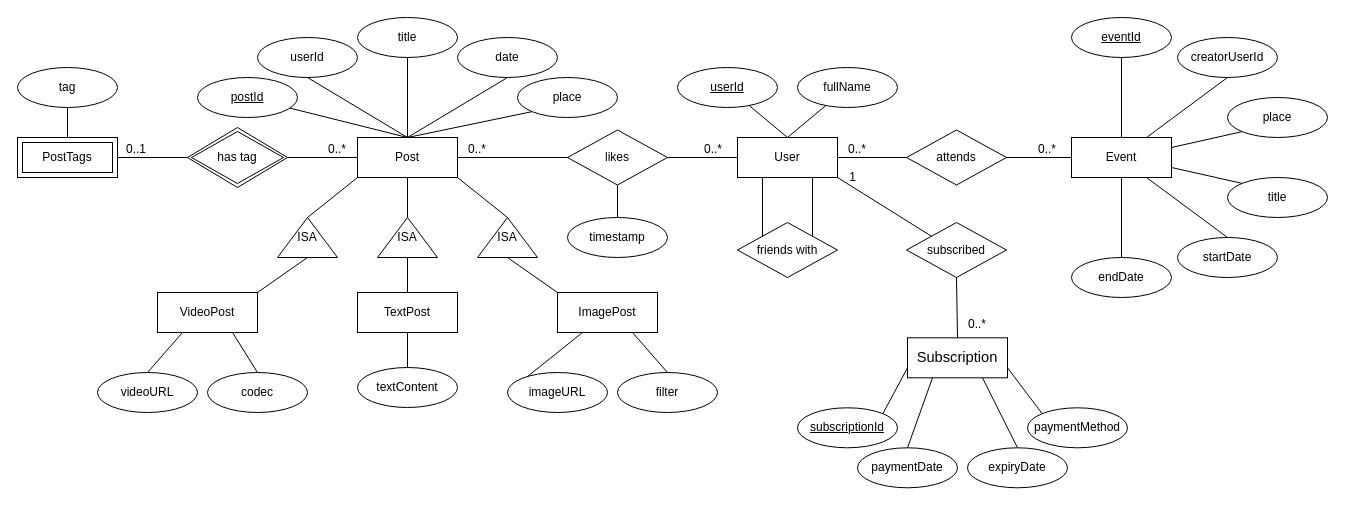
Alvinn8/DD1368 keeps this draw.io diagram as DD1368 Homework 1 ER.drawio. Above is the earlier version. Source tidied: cells renumbered, new cells numbered last; positions are measured from the earlier drawing's top-left corner, leaving out a move shared by most shapes. Both pictures are drawn from the tidied source at 100%, with x=0, y=0 at pixel (17, 17).
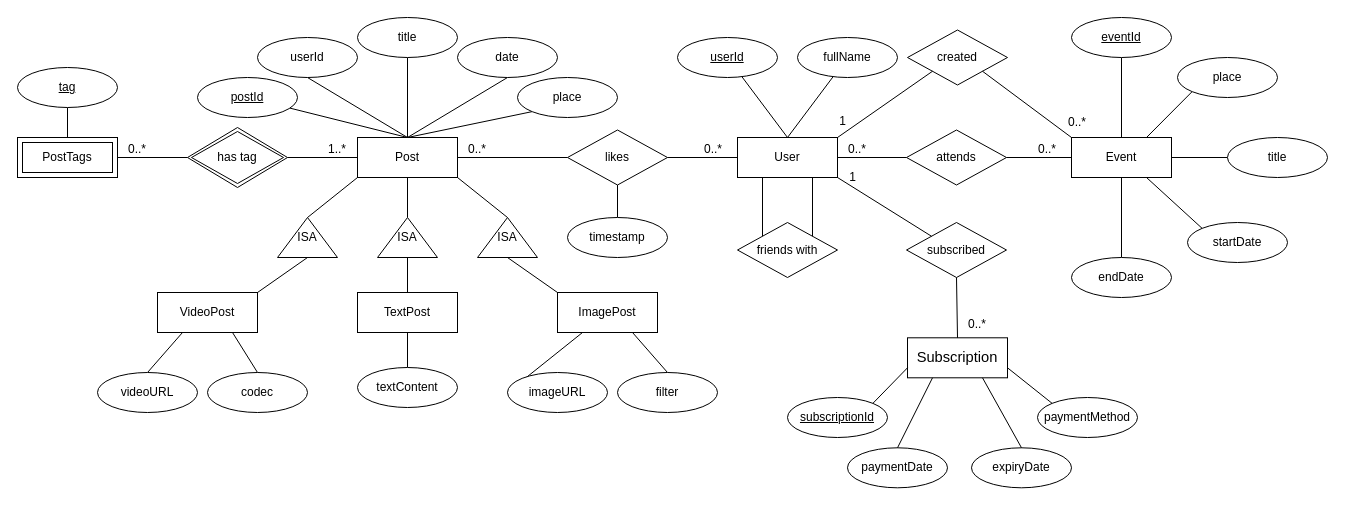
After the change.

Unchanged cells that the change refers to:
```xml
<mxCell id="4" value="User" style="whiteSpace=wrap;html=1;align=center;" parent="1" vertex="1">
  <mxGeometry x="720" y="120" width="100" height="40" as="geometry" />
</mxCell>
<mxCell id="51" value="Event" style="whiteSpace=wrap;html=1;align=center;" parent="1" vertex="1">
  <mxGeometry x="1054" y="120" width="100" height="40" as="geometry" />
</mxCell>
<mxCell id="86" style="endArrow=none;html=1;rounded=0;entryX=1;entryY=0.5;entryDx=0;entryDy=0;exitX=0;exitY=0.5;exitDx=0;exitDy=0;" parent="1" edge="1" source="47" target="48">
  <mxGeometry relative="1" as="geometry" />
</mxCell>
<mxCell id="88" style="endArrow=none;html=1;rounded=0;entryX=1;entryY=0.5;entryDx=0;entryDy=0;exitX=0;exitY=0.5;exitDx=0;exitDy=0;" parent="1" edge="1" source="2" target="47">
  <mxGeometry relative="1" as="geometry" />
</mxCell>
```

Change to the diagram source:
```diff
@@
     <mxCell id="44" value="userId" style="ellipse;whiteSpace=wrap;html=1;align=center;fontStyle=4;" parent="1" vertex="1">
-      <mxGeometry x="660" y="50" width="100" height="40" as="geometry" />
+      <mxGeometry x="660" y="20" width="100" height="40" as="geometry" />
     </mxCell>
@@
     <mxCell id="46" value="fullName" style="ellipse;whiteSpace=wrap;html=1;align=center;fontStyle=0;" parent="1" vertex="1">
-      <mxGeometry x="780" y="50" width="100" height="40" as="geometry" />
+      <mxGeometry x="780" y="20" width="100" height="40" as="geometry" />
     </mxCell>
@@
-    <mxCell id="50" value="tag" style="ellipse;whiteSpace=wrap;html=1;align=center;fontStyle=0;" parent="1" vertex="1">
+    <mxCell id="50" value="tag" style="ellipse;whiteSpace=wrap;html=1;align=center;fontStyle=4;" parent="1" vertex="1">
       <mxGeometry y="50" width="100" height="40" as="geometry" />
     </mxCell>
@@
-    <mxCell id="54" style="rounded=0;jettySize=auto;html=1;exitX=0.5;exitY=1;exitDx=0;exitDy=0;strokeColor=default;endArrow=none;endFill=0;entryX=0.75;entryY=0;entryDx=0;entryDy=0;" parent="1" edge="1" source="55" target="51">
-      <mxGeometry relative="1" as="geometry" />
-    </mxCell>
-    <mxCell id="55" value="creatorUserId" style="ellipse;whiteSpace=wrap;html=1;align=center;fontStyle=0;" parent="1" vertex="1">
-      <mxGeometry x="1160" y="20" width="100" height="40" as="geometry" />
-    </mxCell>
-    <mxCell id="56" style="rounded=0;jettySize=auto;html=1;exitX=0;exitY=1;exitDx=0;exitDy=0;strokeColor=default;endArrow=none;endFill=0;entryX=1;entryY=0.25;entryDx=0;entryDy=0;" parent="1" edge="1" source="57" target="51">
+    <mxCell id="56" style="rounded=0;jettySize=auto;html=1;exitX=0;exitY=1;exitDx=0;exitDy=0;strokeColor=default;endArrow=none;endFill=0;entryX=0.75;entryY=0;entryDx=0;entryDy=0;" parent="1" edge="1" source="57" target="51">
       <mxGeometry relative="1" as="geometry" />
     </mxCell>
     <mxCell id="57" value="place" style="ellipse;whiteSpace=wrap;html=1;align=center;fontStyle=0;" parent="1" vertex="1">
-      <mxGeometry x="1210" y="80" width="100" height="40" as="geometry" />
+      <mxGeometry x="1160" y="40" width="100" height="40" as="geometry" />
     </mxCell>
-    <mxCell id="58" style="rounded=0;jettySize=auto;html=1;exitX=0;exitY=0;exitDx=0;exitDy=0;strokeColor=default;endArrow=none;endFill=0;entryX=1;entryY=0.75;entryDx=0;entryDy=0;" parent="1" edge="1" source="59" target="51">
+    <mxCell id="58" style="rounded=0;jettySize=auto;html=1;exitX=0;exitY=0.5;exitDx=0;exitDy=0;strokeColor=default;endArrow=none;endFill=0;entryX=1;entryY=0.5;entryDx=0;entryDy=0;" parent="1" edge="1" source="59" target="51">
       <mxGeometry relative="1" as="geometry" />
     </mxCell>
     <mxCell id="59" value="title" style="ellipse;whiteSpace=wrap;html=1;align=center;fontStyle=0;" parent="1" vertex="1">
-      <mxGeometry x="1210" y="160" width="100" height="40" as="geometry" />
+      <mxGeometry x="1210" y="120" width="100" height="40" as="geometry" />
     </mxCell>
     <mxCell id="60" value="startDate" style="ellipse;whiteSpace=wrap;html=1;align=center;fontStyle=0;" parent="1" vertex="1">
-      <mxGeometry x="1160" y="220" width="100" height="40" as="geometry" />
+      <mxGeometry x="1170" y="205" width="100" height="40" as="geometry" />
     </mxCell>
-    <mxCell id="61" style="rounded=0;jettySize=auto;html=1;exitX=0.5;exitY=0;exitDx=0;exitDy=0;strokeColor=default;endArrow=none;endFill=0;entryX=0.75;entryY=1;entryDx=0;entryDy=0;" parent="1" edge="1" source="60" target="51">
+    <mxCell id="61" style="rounded=0;jettySize=auto;html=1;exitX=0;exitY=0;exitDx=0;exitDy=0;strokeColor=default;endArrow=none;endFill=0;entryX=0.75;entryY=1;entryDx=0;entryDy=0;" parent="1" edge="1" source="60" target="51">
       <mxGeometry relative="1" as="geometry" />
     </mxCell>
@@
     <mxCell id="65" value="subscriptionId" style="ellipse;whiteSpace=wrap;html=1;align=center;fontStyle=4;" parent="1" vertex="1">
-      <mxGeometry x="780" y="390.3" width="100" height="40" as="geometry" />
+      <mxGeometry x="770" y="380" width="100" height="40" as="geometry" />
     </mxCell>
@@
     <mxCell id="67" value="paymentDate" style="ellipse;whiteSpace=wrap;html=1;align=center;fontStyle=0;" parent="1" vertex="1">
-      <mxGeometry x="840" y="430.3" width="100" height="40" as="geometry" />
+      <mxGeometry x="830" y="430.3" width="100" height="40" as="geometry" />
     </mxCell>
@@
     <mxCell id="69" value="expiryDate" style="ellipse;whiteSpace=wrap;html=1;align=center;fontStyle=0;" parent="1" vertex="1">
-      <mxGeometry x="950" y="430.3" width="100" height="40" as="geometry" />
+      <mxGeometry x="954" y="430.3" width="100" height="40" as="geometry" />
     </mxCell>
@@
     <mxCell id="71" value="paymentMethod" style="ellipse;whiteSpace=wrap;html=1;align=center;fontStyle=0;" parent="1" vertex="1">
-      <mxGeometry x="1010" y="390.3" width="100" height="40" as="geometry" />
+      <mxGeometry x="1020" y="380" width="100" height="40" as="geometry" />
     </mxCell>
@@
-    <mxCell id="87" value="0..1" style="html=1;whiteSpace=wrap;align=right;verticalAlign=bottom;" parent="86" vertex="1">
+    <mxCell id="87" value="0..*" style="html=1;whiteSpace=wrap;align=right;verticalAlign=bottom;" parent="86" vertex="1">
       <mxGeometry x="1" relative="1" as="geometry">
         <mxPoint x="30" as="offset" />
       </mxGeometry>
     </mxCell>
@@
-    <mxCell id="89" value="0..*" style="html=1;whiteSpace=wrap;align=right;verticalAlign=bottom;" parent="88" vertex="1">
+    <mxCell id="89" value="1..*" style="html=1;whiteSpace=wrap;align=right;verticalAlign=bottom;" parent="88" vertex="1">
       <mxGeometry x="1" relative="1" as="geometry">
         <mxPoint x="60" as="offset" />
       </mxGeometry>
     </mxCell>
+    <mxCell id="90" value="created" style="rhombus;whiteSpace=wrap;html=1;" parent="1" vertex="1">
+      <mxGeometry x="890" y="12.5" width="100" height="55" as="geometry" />
+    </mxCell>
+    <mxCell id="91" style="endArrow=none;html=1;rounded=0;entryX=1;entryY=0;entryDx=0;entryDy=0;exitX=0;exitY=1;exitDx=0;exitDy=0;" parent="1" edge="1" source="90" target="4">
+      <mxGeometry relative="1" as="geometry" />
+    </mxCell>
+    <mxCell id="92" value="1" style="html=1;whiteSpace=wrap;align=right;verticalAlign=bottom;" parent="91" vertex="1">
+      <mxGeometry x="1" relative="1" as="geometry">
+        <mxPoint x="10" y="-8" as="offset" />
+      </mxGeometry>
+    </mxCell>
+    <mxCell id="93" style="endArrow=none;html=1;rounded=0;entryX=0;entryY=0;entryDx=0;entryDy=0;exitX=1;exitY=1;exitDx=0;exitDy=0;" parent="1" edge="1" source="90" target="51">
+      <mxGeometry relative="1" as="geometry" />
+    </mxCell>
+    <mxCell id="94" value="0..*" style="html=1;whiteSpace=wrap;align=right;verticalAlign=bottom;" parent="93" vertex="1">
+      <mxGeometry x="1" relative="1" as="geometry">
+        <mxPoint x="16" y="-7" as="offset" />
+      </mxGeometry>
+    </mxCell>
```
